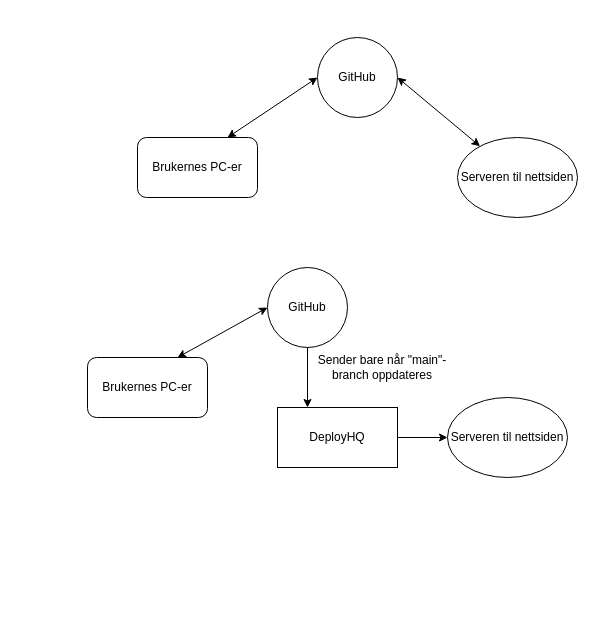
Before: backend.drawio in Halden-vgs-IT/haldenvgs.net, a draw.io diagram. Source tidied: cells renumbered, new cells numbered last; positions are measured from the earlier drawing's top-left corner, leaving out a move shared by most shapes. Both pictures are drawn from the tidied source at 100%, with x=0, y=0 at pixel (87, 37).
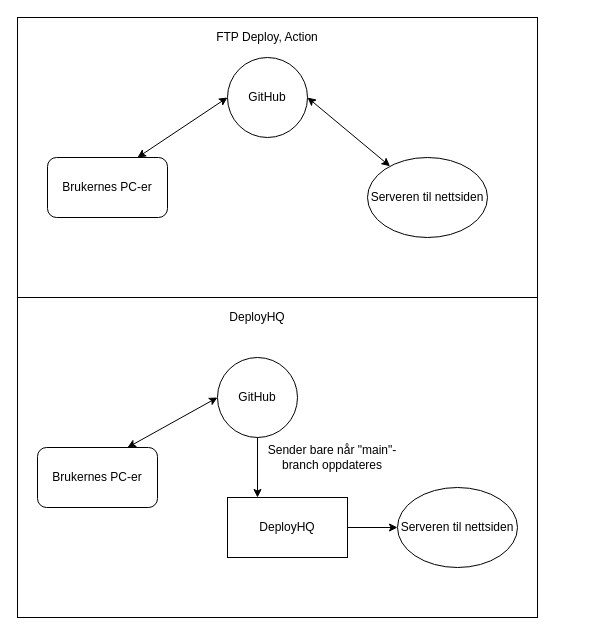
After the change.

Change to the diagram source:
```diff
@@
+    <mxCell id="15" style="rounded=0;whiteSpace=wrap;html=1;" parent="1" vertex="1">
+      <mxGeometry x="-70" y="-20" width="520" height="280" as="geometry" />
+    </mxCell>
+    <mxCell id="16" style="rounded=0;whiteSpace=wrap;html=1;" parent="1" vertex="1">
+      <mxGeometry x="-70" y="260" width="520" height="320" as="geometry" />
+    </mxCell>
+    <mxCell id="17" value="DeployHQ" style="text;html=1;strokeColor=none;fillColor=none;align=center;verticalAlign=middle;whiteSpace=wrap;rounded=0;" parent="1" vertex="1">
+      <mxGeometry x="150" y="270" width="40" height="20" as="geometry" />
+    </mxCell>
+    <mxCell id="18" style="group;" parent="1" vertex="1">
+      <mxGeometry x="-40" y="20" width="440" height="180" as="geometry" />
+    </mxCell>
-    <mxCell id="2" value="Brukernes PC-er" style="rounded=1;whiteSpace=wrap;html=1;" parent="1" vertex="1">
-      <mxGeometry x="50" y="100" width="120" height="60" as="geometry" />
+    <mxCell id="2" value="Brukernes PC-er" style="rounded=1;whiteSpace=wrap;html=1;" parent="18" vertex="1">
+      <mxGeometry y="100" width="120" height="60" as="geometry" />
     </mxCell>
-    <mxCell id="3" value="Serveren til nettsiden" style="ellipse;whiteSpace=wrap;html=1;" parent="1" vertex="1">
-      <mxGeometry x="370" y="100" width="120" height="80" as="geometry" />
+    <mxCell id="3" value="Serveren til nettsiden" style="ellipse;whiteSpace=wrap;html=1;" parent="18" vertex="1">
+      <mxGeometry x="320" y="100" width="120" height="80" as="geometry" />
     </mxCell>
-    <mxCell id="4" value="GitHub" style="ellipse;whiteSpace=wrap;html=1;" parent="1" vertex="1">
-      <mxGeometry x="230" width="80" height="80" as="geometry" />
+    <mxCell id="4" value="GitHub" style="ellipse;whiteSpace=wrap;html=1;" parent="18" vertex="1">
+      <mxGeometry x="180" width="80" height="80" as="geometry" />
     </mxCell>
-    <mxCell id="5" style="endArrow=classic;startArrow=classic;html=1;exitX=0.75;exitY=0;exitDx=0;exitDy=0;entryX=0;entryY=0.5;entryDx=0;entryDy=0;" parent="1" edge="1" source="2" target="4">
+    <mxCell id="5" style="endArrow=classic;startArrow=classic;html=1;exitX=0.75;exitY=0;exitDx=0;exitDy=0;entryX=0;entryY=0.5;entryDx=0;entryDy=0;" parent="18" edge="1" source="2" target="4">
       <mxGeometry relative="1" as="geometry" />
     </mxCell>
-    <mxCell id="6" style="endArrow=classic;startArrow=classic;html=1;entryX=1;entryY=0.5;entryDx=0;entryDy=0;" parent="1" edge="1" source="3" target="4">
+    <mxCell id="6" style="endArrow=classic;startArrow=classic;html=1;entryX=1;entryY=0.5;entryDx=0;entryDy=0;" parent="18" edge="1" source="3" target="4">
       <mxGeometry relative="1" as="geometry" />
     </mxCell>
+    <mxCell id="19" style="group;" parent="1" vertex="1">
+      <mxGeometry x="-50" y="320" width="480" height="210" as="geometry" />
+    </mxCell>
-    <mxCell id="7" value="Brukernes PC-er" style="rounded=1;whiteSpace=wrap;html=1;" parent="1" vertex="1">
-      <mxGeometry y="320" width="120" height="60" as="geometry" />
+    <mxCell id="7" value="Brukernes PC-er" style="rounded=1;whiteSpace=wrap;html=1;" parent="19" vertex="1">
+      <mxGeometry y="90" width="120" height="60" as="geometry" />
     </mxCell>
-    <mxCell id="8" value="Serveren til nettsiden" style="ellipse;whiteSpace=wrap;html=1;" parent="1" vertex="1">
-      <mxGeometry x="360" y="360" width="120" height="80" as="geometry" />
+    <mxCell id="8" value="Serveren til nettsiden" style="ellipse;whiteSpace=wrap;html=1;" parent="19" vertex="1">
+      <mxGeometry x="360" y="130" width="120" height="80" as="geometry" />
     </mxCell>
-    <mxCell id="9" value="GitHub" style="ellipse;whiteSpace=wrap;html=1;" parent="1" vertex="1">
-      <mxGeometry x="180" y="230" width="80" height="80" as="geometry" />
+    <mxCell id="9" value="GitHub" style="ellipse;whiteSpace=wrap;html=1;" parent="19" vertex="1">
+      <mxGeometry x="180" width="80" height="80" as="geometry" />
     </mxCell>
-    <mxCell id="10" style="endArrow=classic;startArrow=classic;html=1;exitX=0.75;exitY=0;exitDx=0;exitDy=0;entryX=0;entryY=0.5;entryDx=0;entryDy=0;" parent="1" edge="1" source="7" target="9">
+    <mxCell id="10" style="endArrow=classic;startArrow=classic;html=1;exitX=0.75;exitY=0;exitDx=0;exitDy=0;entryX=0;entryY=0.5;entryDx=0;entryDy=0;" parent="19" edge="1" source="7" target="9">
       <mxGeometry relative="1" as="geometry" />
     </mxCell>
-    <mxCell id="11" style="edgeStyle=orthogonalEdgeStyle;rounded=0;jettySize=auto;html=1;exitX=1;exitY=0.5;exitDx=0;exitDy=0;entryX=0;entryY=0.5;entryDx=0;entryDy=0;" parent="1" edge="1" source="12" target="8">
+    <mxCell id="11" style="edgeStyle=orthogonalEdgeStyle;rounded=0;jettySize=auto;html=1;exitX=1;exitY=0.5;exitDx=0;exitDy=0;entryX=0;entryY=0.5;entryDx=0;entryDy=0;" parent="19" edge="1" source="12" target="8">
       <mxGeometry relative="1" as="geometry" />
     </mxCell>
-    <mxCell id="12" value="DeployHQ" style="rounded=0;whiteSpace=wrap;html=1;" parent="1" vertex="1">
-      <mxGeometry x="190" y="370" width="120" height="60" as="geometry" />
+    <mxCell id="12" value="DeployHQ" style="rounded=0;whiteSpace=wrap;html=1;" parent="19" vertex="1">
+      <mxGeometry x="190" y="140" width="120" height="60" as="geometry" />
     </mxCell>
-    <mxCell id="13" style="endArrow=classic;html=1;exitX=0.5;exitY=1;exitDx=0;exitDy=0;entryX=0.25;entryY=0;entryDx=0;entryDy=0;" parent="1" edge="1" source="9" target="12">
+    <mxCell id="13" style="endArrow=classic;html=1;exitX=0.5;exitY=1;exitDx=0;exitDy=0;entryX=0.25;entryY=0;entryDx=0;entryDy=0;" parent="19" edge="1" source="9" target="12">
       <mxGeometry relative="1" as="geometry" />
     </mxCell>
-    <mxCell id="14" value="Sender bare når &quot;main&quot;-branch oppdateres" style="text;html=1;strokeColor=none;fillColor=none;align=center;verticalAlign=middle;whiteSpace=wrap;rounded=0;" parent="1" vertex="1">
-      <mxGeometry x="220" y="320" width="150" height="20" as="geometry" />
+    <mxCell id="14" value="Sender bare når &quot;main&quot;-branch oppdateres" style="text;html=1;strokeColor=none;fillColor=none;align=center;verticalAlign=middle;whiteSpace=wrap;rounded=0;" parent="19" vertex="1">
+      <mxGeometry x="220" y="90" width="150" height="20" as="geometry" />
     </mxCell>
+    <mxCell id="20" value="FTP Deploy, Action" style="text;html=1;strokeColor=none;fillColor=none;align=center;verticalAlign=middle;whiteSpace=wrap;rounded=0;" parent="1" vertex="1">
+      <mxGeometry x="120" y="-10" width="120" height="20" as="geometry" />
+    </mxCell>
```
